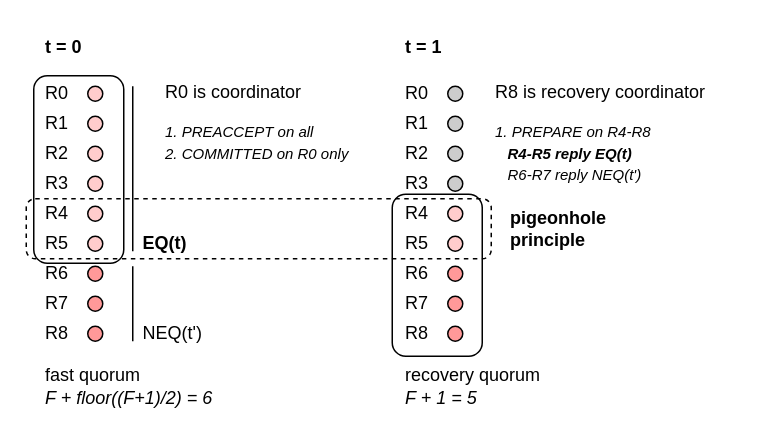
Qwe1rty/qwe1rty.github.io keeps this draw.io diagram as content/posts/epaxos-and-decentralized-conflict-resolution/images/epaxos-opt-case1-1.drawio. Above is the earlier version. Source tidied: cells renumbered, new cells numbered last; positions are measured from the earlier drawing's top-left corner, leaving out a move shared by most shapes. Both pictures are drawn from the tidied source at 150%, with x=0, y=0 at pixel (26, 26).
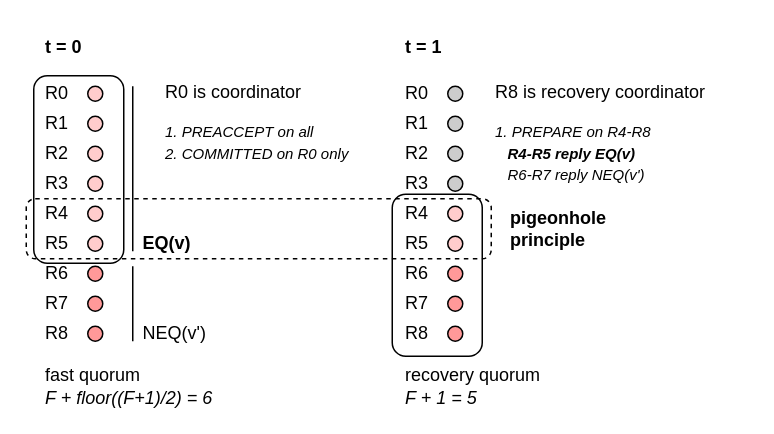
After the change.

What changed in the source:
```diff
@@
-    <mxCell id="35" value="&lt;div&gt;&lt;font style=&quot;font-size: 10px;&quot;&gt;&lt;span style=&quot;font-size: 12px;&quot;&gt;R8 is recovery coordinator&lt;/span&gt;&lt;/font&gt;&lt;/div&gt;&lt;font style=&quot;font-size: 10px;&quot;&gt;&lt;i&gt;&lt;div&gt;&lt;font style=&quot;font-size: 10px;&quot;&gt;&lt;i&gt;&lt;br&gt;&lt;/i&gt;&lt;/font&gt;&lt;/div&gt;1. PREPARE&amp;nbsp;&lt;span style=&quot;background-color: transparent; color: light-dark(#000000, var(--ge-light-color, #ffffff));&quot;&gt;on R4-R8&lt;/span&gt;&lt;/i&gt;&lt;/font&gt;&lt;div&gt;&lt;div&gt;&lt;span style=&quot;font-size: 10px;&quot;&gt;&lt;i&gt;&amp;nbsp; &amp;nbsp;&lt;b&gt;R4-R5 reply EQ(t)&lt;/b&gt;&lt;/i&gt;&lt;/span&gt;&lt;/div&gt;&lt;div&gt;&lt;i style=&quot;font-size: 10px; background-color: transparent; color: light-dark(#000000, var(--ge-light-color, #ffffff));&quot;&gt;&amp;nbsp; &amp;nbsp;R6-R7 reply NEQ(t')&lt;/i&gt;&lt;i style=&quot;background-color: transparent; color: light-dark(#000000, var(--ge-light-color, #ffffff)); font-size: 10px;&quot;&gt;&amp;nbsp;&amp;nbsp;&lt;/i&gt;&lt;/div&gt;&lt;div&gt;&lt;br&gt;&lt;/div&gt;&lt;/div&gt;" style="text;html=1;whiteSpace=wrap;strokeColor=none;fillColor=none;align=left;verticalAlign=top;rounded=0;" parent="1" vertex="1">
+    <mxCell id="35" value="&lt;div&gt;&lt;font style=&quot;font-size: 10px;&quot;&gt;&lt;span style=&quot;font-size: 12px;&quot;&gt;R8 is recovery coordinator&lt;/span&gt;&lt;/font&gt;&lt;/div&gt;&lt;font style=&quot;font-size: 10px;&quot;&gt;&lt;i&gt;&lt;div&gt;&lt;font style=&quot;font-size: 10px;&quot;&gt;&lt;i&gt;&lt;br&gt;&lt;/i&gt;&lt;/font&gt;&lt;/div&gt;1. PREPARE&amp;nbsp;&lt;span style=&quot;background-color: transparent; color: light-dark(#000000, var(--ge-light-color, #ffffff));&quot;&gt;on R4-R8&lt;/span&gt;&lt;/i&gt;&lt;/font&gt;&lt;div&gt;&lt;div&gt;&lt;span style=&quot;font-size: 10px;&quot;&gt;&lt;i&gt;&amp;nbsp; &amp;nbsp;&lt;b&gt;R4-R5 reply EQ(v)&lt;/b&gt;&lt;/i&gt;&lt;/span&gt;&lt;/div&gt;&lt;div&gt;&lt;i style=&quot;font-size: 10px; background-color: transparent; color: light-dark(#000000, var(--ge-light-color, #ffffff));&quot;&gt;&amp;nbsp; &amp;nbsp;R6-R7 reply NEQ(v')&lt;/i&gt;&lt;i style=&quot;background-color: transparent; color: light-dark(#000000, var(--ge-light-color, #ffffff)); font-size: 10px;&quot;&gt;&amp;nbsp;&amp;nbsp;&lt;/i&gt;&lt;/div&gt;&lt;div&gt;&lt;br&gt;&lt;/div&gt;&lt;/div&gt;" style="text;html=1;whiteSpace=wrap;strokeColor=none;fillColor=none;align=left;verticalAlign=top;rounded=0;" parent="1" vertex="1">
       <mxGeometry x="311" y="30" width="170" height="40" as="geometry" />
     </mxCell>
@@
-    <mxCell id="46" value="EQ(t)" style="text;html=1;whiteSpace=wrap;strokeColor=none;fillColor=none;align=left;verticalAlign=middle;rounded=0;fontStyle=1;" parent="1" vertex="1">
+    <mxCell id="46" value="EQ(v)" style="text;html=1;whiteSpace=wrap;strokeColor=none;fillColor=none;align=left;verticalAlign=middle;rounded=0;fontStyle=1;" parent="1" vertex="1">
       <mxGeometry x="76" y="135" width="30" height="20" as="geometry" />
     </mxCell>
@@
-    <mxCell id="48" value="NEQ(t')" style="text;html=1;whiteSpace=wrap;strokeColor=none;fillColor=none;align=left;verticalAlign=middle;rounded=0;" parent="1" vertex="1">
+    <mxCell id="48" value="NEQ(v')" style="text;html=1;whiteSpace=wrap;strokeColor=none;fillColor=none;align=left;verticalAlign=middle;rounded=0;" parent="1" vertex="1">
       <mxGeometry x="76" y="195" width="30" height="20" as="geometry" />
     </mxCell>
```
